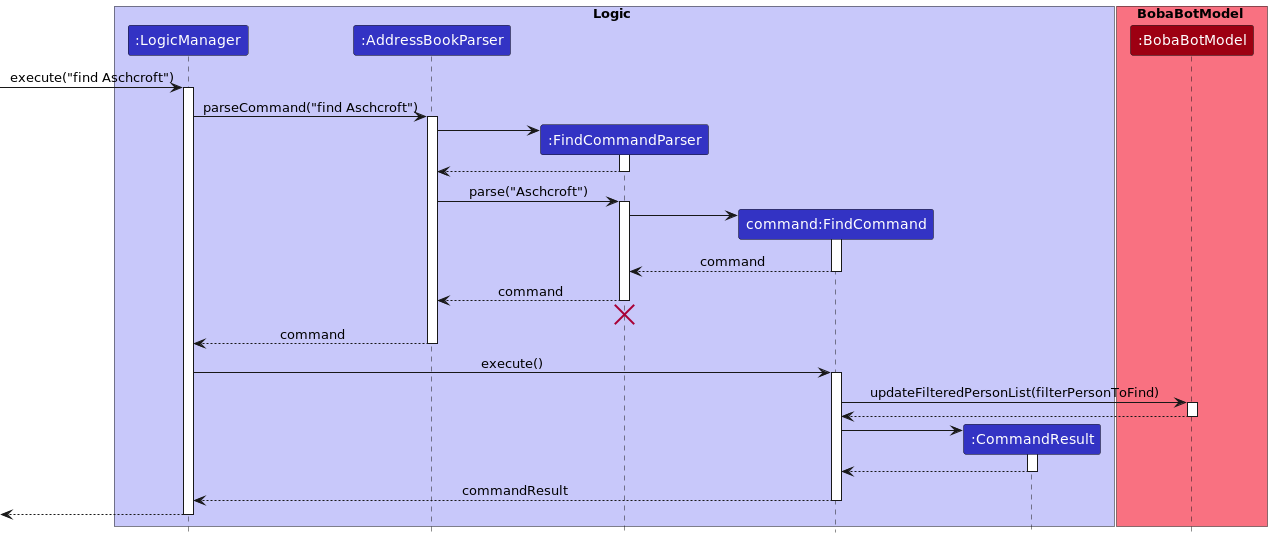
This is docs/images/FindSequenceDiagram.png from nus-cs2103-AY2223S1/tp, a PlantUML export, as it was before one commit.
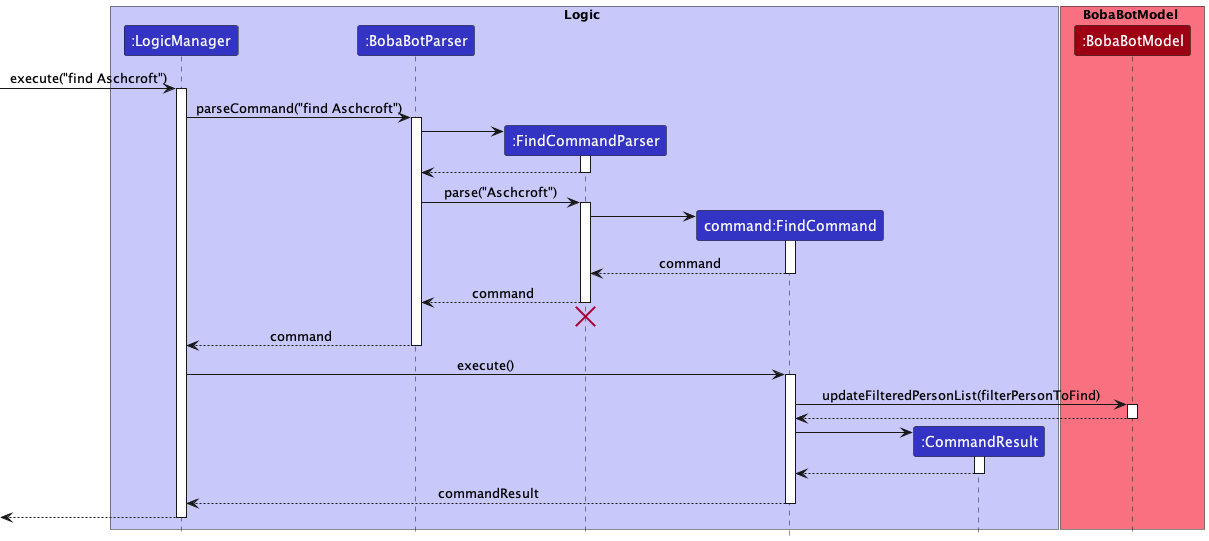
After the change.

Diff of the diagram source:
```diff
@@ -3,7 +3,7 @@
 
 box Logic LOGIC_COLOR_T1
 participant ":LogicManager" as LogicManager LOGIC_COLOR
-participant ":AddressBookParser" as AddressBookParser LOGIC_COLOR
+participant ":BobaBotParser" as BobaBotParser LOGIC_COLOR
 participant ":FindCommandParser" as FindCommandParser LOGIC_COLOR
 participant "command:FindCommand" as FindCommand LOGIC_COLOR
 participant ":CommandResult" as CommandResult LOGIC_COLOR
@@ -16,15 +16,15 @@
 [-> LogicManager : execute("find Aschcroft")
 activate LogicManager
 
-LogicManager -> AddressBookParser : parseCommand("find Aschcroft")
-activate AddressBookParser
+LogicManager -> BobaBotParser : parseCommand("find Aschcroft")
+activate BobaBotParser
 
 create FindCommandParser
-AddressBookParser -> FindCommandParser
+BobaBotParser -> FindCommandParser
 activate FindCommandParser
 return
 
-AddressBookParser -> FindCommandParser : parse("Aschcroft")
+BobaBotParser -> FindCommandParser : parse("Aschcroft")
 activate FindCommandParser
 
 create FindCommand
@@ -35,13 +35,13 @@
 
 deactivate FindCommand
 
-FindCommandParser --> AddressBookParser : command
+FindCommandParser --> BobaBotParser : command
 deactivate FindCommandParser
-FindCommandParser -[hidden]-> AddressBookParser
+FindCommandParser -[hidden]-> BobaBotParser
 destroy FindCommandParser
 
-AddressBookParser --> LogicManager : command
-deactivate AddressBookParser
+BobaBotParser --> LogicManager : command
+deactivate BobaBotParser
 
 LogicManager -> FindCommand : execute()
 activate FindCommand
```
